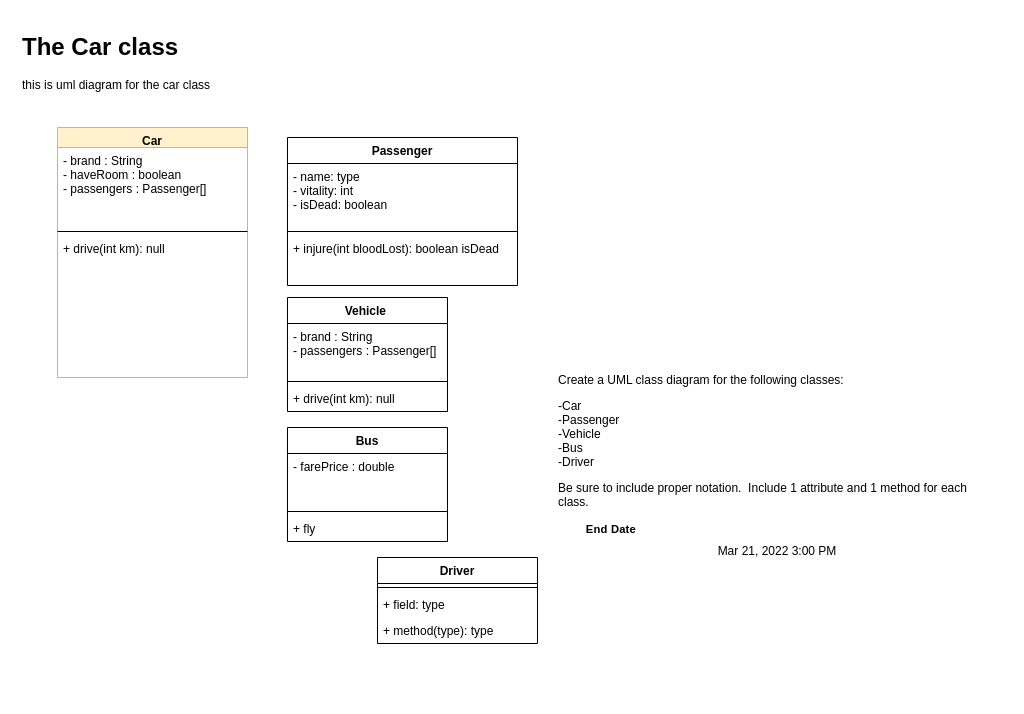
Earlier version of the draw.io diagram Untitled Diagram.drawio (jzhou-k/Foo). Source tidied: cells renumbered, new cells numbered last; positions are measured from the earlier drawing's top-left corner, leaving out a move shared by most shapes. Both pictures are drawn from the tidied source at 100%, with x=0, y=0 at pixel (17, 27).
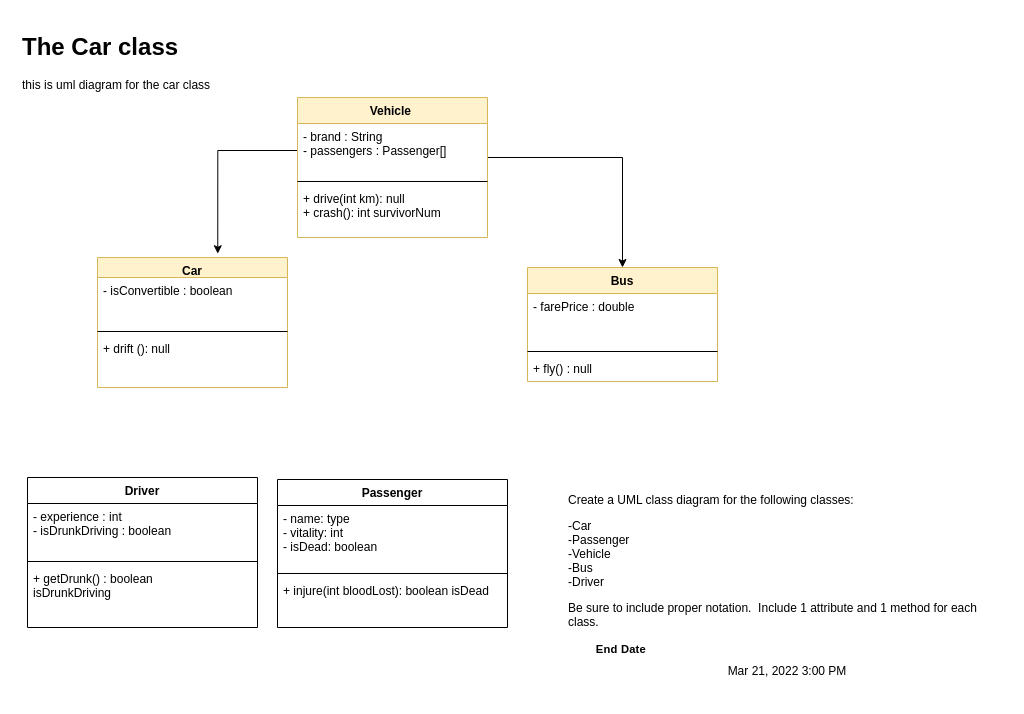
Above is the later version.

Change to the diagram source:
```diff
@@
     <mxCell id="3" value="Car" style="swimlane;fontStyle=1;align=center;verticalAlign=top;horizontal=1;startSize=20;fillColor=#fff2cc;strokeColor=#d6b656;" parent="1" vertex="1">
-      <mxGeometry x="40" y="100" width="190" height="250" as="geometry" />
+      <mxGeometry x="80" y="230" width="190" height="130" as="geometry" />
     </mxCell>
-    <mxCell id="4" value="- brand : String&#10;- haveRoom : boolean &#10;- passengers : Passenger[]" style="text;strokeColor=none;fillColor=none;align=left;verticalAlign=top;spacingLeft=4;spacingRight=4;overflow=hidden;" parent="3" vertex="1">
-      <mxGeometry y="20" width="190" height="80" as="geometry" />
+    <mxCell id="4" value="- isConvertible : boolean " style="text;strokeColor=none;fillColor=none;align=left;verticalAlign=top;spacingLeft=4;spacingRight=4;overflow=hidden;" parent="3" vertex="1">
+      <mxGeometry y="20" width="190" height="50" as="geometry" />
     </mxCell>
     <mxCell id="5" style="line;strokeWidth=1;fillColor=none;align=left;verticalAlign=middle;spacingTop=-1;spacingLeft=3;spacingRight=3;labelPosition=right;" parent="3" vertex="1">
-      <mxGeometry y="100" width="190" height="8" as="geometry" />
+      <mxGeometry y="70" width="190" height="8" as="geometry" />
     </mxCell>
-    <mxCell id="6" value="+ drive(int km): null" style="text;align=left;verticalAlign=top;spacingLeft=4;spacingRight=4;overflow=hidden;" parent="3" vertex="1">
-      <mxGeometry y="108" width="190" height="142" as="geometry" />
+    <mxCell id="6" value="+ drift (): null" style="text;align=left;verticalAlign=top;spacingLeft=4;spacingRight=4;overflow=hidden;strokeColor=none;" parent="3" vertex="1">
+      <mxGeometry y="78" width="190" height="52" as="geometry" />
     </mxCell>
     <mxCell id="7" value="Driver" style="swimlane;fontStyle=1;align=center;verticalAlign=top;horizontal=1;startSize=26;" parent="1" vertex="1">
-      <mxGeometry x="360" y="530" width="160" height="86" as="geometry" />
+      <mxGeometry x="10" y="450" width="230" height="150" as="geometry" />
     </mxCell>
+    <mxCell id="9" value="- experience : int&#10;- isDrunkDriving : boolean " style="text;strokeColor=none;fillColor=none;align=left;verticalAlign=top;spacingLeft=4;spacingRight=4;overflow=hidden;" parent="7" vertex="1">
+      <mxGeometry y="26" width="230" height="54" as="geometry" />
+    </mxCell>
     <mxCell id="8" style="line;strokeWidth=1;fillColor=none;align=left;verticalAlign=middle;spacingTop=-1;spacingLeft=3;spacingRight=3;labelPosition=right;" parent="7" vertex="1">
-      <mxGeometry y="26" width="160" height="8" as="geometry" />
+      <mxGeometry y="80" width="230" height="8" as="geometry" />
     </mxCell>
-    <mxCell id="9" value="+ field: type" style="text;strokeColor=none;fillColor=none;align=left;verticalAlign=top;spacingLeft=4;spacingRight=4;overflow=hidden;" parent="7" vertex="1">
-      <mxGeometry y="34" width="160" height="26" as="geometry" />
-    </mxCell>
-    <mxCell id="10" value="+ method(type): type" style="text;strokeColor=none;fillColor=none;align=left;verticalAlign=top;spacingLeft=4;spacingRight=4;overflow=hidden;" parent="7" vertex="1">
-      <mxGeometry y="60" width="160" height="26" as="geometry" />
+    <mxCell id="10" value="+ getDrunk() : boolean &#10;isDrunkDriving&#10;  " style="text;strokeColor=none;fillColor=none;align=left;verticalAlign=top;spacingLeft=4;spacingRight=4;overflow=hidden;" parent="7" vertex="1">
+      <mxGeometry y="88" width="230" height="62" as="geometry" />
     </mxCell>
-    <mxCell id="11" value="Bus" style="swimlane;fontStyle=1;align=center;verticalAlign=top;horizontal=1;startSize=26;" parent="1" vertex="1">
-      <mxGeometry x="270" y="400" width="160" height="114" as="geometry" />
+    <mxCell id="11" value="Bus" style="swimlane;fontStyle=1;align=center;verticalAlign=top;horizontal=1;startSize=26;fillColor=#fff2cc;strokeColor=#d6b656;" parent="1" vertex="1">
+      <mxGeometry x="510" y="240" width="190" height="114" as="geometry" />
     </mxCell>
     <mxCell id="12" value="- farePrice : double " style="text;strokeColor=none;fillColor=none;align=left;verticalAlign=top;spacingLeft=4;spacingRight=4;overflow=hidden;" parent="11" vertex="1">
-      <mxGeometry y="26" width="160" height="54" as="geometry" />
+      <mxGeometry y="26" width="190" height="54" as="geometry" />
     </mxCell>
     <mxCell id="13" style="line;strokeWidth=1;fillColor=none;align=left;verticalAlign=middle;spacingTop=-1;spacingLeft=3;spacingRight=3;labelPosition=right;" parent="11" vertex="1">
-      <mxGeometry y="80" width="160" height="8" as="geometry" />
+      <mxGeometry y="80" width="190" height="8" as="geometry" />
     </mxCell>
-    <mxCell id="14" value="+ fly" style="text;strokeColor=none;fillColor=none;align=left;verticalAlign=top;spacingLeft=4;spacingRight=4;overflow=hidden;" parent="11" vertex="1">
-      <mxGeometry y="88" width="160" height="26" as="geometry" />
+    <mxCell id="14" value="+ fly() : null" style="text;strokeColor=none;fillColor=none;align=left;verticalAlign=top;spacingLeft=4;spacingRight=4;overflow=hidden;" parent="11" vertex="1">
+      <mxGeometry y="88" width="190" height="26" as="geometry" />
     </mxCell>
+    <mxCell id="24" style="edgeStyle=orthogonalEdgeStyle;rounded=0;jettySize=auto;html=1;entryX=0.633;entryY=-0.029;entryDx=0;entryDy=0;entryPerimeter=0;" parent="1" edge="1" source="16" target="3">
+      <mxGeometry relative="1" as="geometry" />
+    </mxCell>
+    <mxCell id="25" style="edgeStyle=orthogonalEdgeStyle;rounded=0;jettySize=auto;html=1;" parent="1" edge="1" source="15" target="11">
+      <mxGeometry relative="1" as="geometry">
+        <Array as="points">
+          <mxPoint x="605" y="130" />
+        </Array>
+      </mxGeometry>
+    </mxCell>
-    <mxCell id="15" value="Vehicle " style="swimlane;fontStyle=1;align=center;verticalAlign=top;horizontal=1;startSize=26;" parent="1" vertex="1">
-      <mxGeometry x="270" y="270" width="160" height="114" as="geometry" />
+    <mxCell id="15" value="Vehicle " style="swimlane;fontStyle=1;align=center;verticalAlign=top;horizontal=1;startSize=26;fillColor=#fff2cc;strokeColor=#d6b656;" parent="1" vertex="1">
+      <mxGeometry x="280" y="70" width="190" height="140" as="geometry" />
     </mxCell>
     <mxCell id="16" value="- brand : String&#10;- passengers : Passenger[]" style="text;strokeColor=none;fillColor=none;align=left;verticalAlign=top;spacingLeft=4;spacingRight=4;overflow=hidden;points=[[0,0.5],[1,0.5]];portConstraint=eastwest;" parent="15" vertex="1">
-      <mxGeometry y="26" width="160" height="54" as="geometry" />
+      <mxGeometry y="26" width="190" height="54" as="geometry" />
     </mxCell>
     <mxCell id="17" style="line;strokeWidth=1;fillColor=none;align=left;verticalAlign=middle;spacingTop=-1;spacingLeft=3;spacingRight=3;labelPosition=right;" parent="15" vertex="1">
-      <mxGeometry y="80" width="160" height="8" as="geometry" />
+      <mxGeometry y="80" width="190" height="8" as="geometry" />
     </mxCell>
-    <mxCell id="18" value="+ drive(int km): null" style="text;strokeColor=none;fillColor=none;align=left;verticalAlign=top;spacingLeft=4;spacingRight=4;overflow=hidden;" parent="15" vertex="1">
-      <mxGeometry y="88" width="160" height="26" as="geometry" />
+    <mxCell id="18" value="+ drive(int km): null&#10;+ crash(): int survivorNum" style="text;strokeColor=none;fillColor=none;align=left;verticalAlign=top;spacingLeft=4;spacingRight=4;overflow=hidden;" parent="15" vertex="1">
+      <mxGeometry y="88" width="190" height="52" as="geometry" />
     </mxCell>
     <mxCell id="19" value="Passenger" style="swimlane;fontStyle=1;align=center;verticalAlign=top;horizontal=1;startSize=26;" parent="1" vertex="1">
-      <mxGeometry x="270" y="110" width="230" height="148" as="geometry" />
+      <mxGeometry x="260" y="452" width="230" height="148" as="geometry" />
     </mxCell>
@@
     <mxCell id="23" value="&lt;div class=&quot;drt d2l-htmlblock d2l-htmlblock-untrusted d2l-htmlblock-deferred&quot; style=&quot;overflow-wrap: break-word ; display: inline ; line-height: normal ; padding: 0px ; margin: 0px ; overflow: auto hidden ; text-align: left ; position: relative&quot;&gt;&lt;p style=&quot;margin: 0.5em 0px 1em&quot;&gt;Create a UML class diagram for the following classes:&lt;/p&gt;&lt;p style=&quot;margin: 0.5em 0px 1em&quot;&gt;-Car&lt;br&gt;-Passenger&lt;br&gt;-Vehicle&lt;br&gt;-Bus&lt;br&gt;-Driver&lt;/p&gt;&lt;p style=&quot;margin: 0.5em 0px 1em&quot;&gt;Be sure to include proper notation.&amp;nbsp; Include 1 attribute and 1 method for each class.&lt;/p&gt;&lt;/div&gt;&lt;label id=&quot;ctl_7&quot; class=&quot;d2l-label&quot; style=&quot;cursor: default ; display: block ; font-size: 0.7rem ; font-weight: 700 ; letter-spacing: 0.2px ; line-height: 1rem ; margin: 0px ; padding: 0px 0px 7px ; width: 105.797px&quot;&gt;&lt;span&gt;End Date&lt;/span&gt;&lt;/label&gt;&lt;label&gt;Mar 21, 2022 3:00 PM&lt;/label&gt;" style="text;html=1;strokeColor=none;fillColor=none;align=center;verticalAlign=middle;whiteSpace=wrap;rounded=0;" parent="1" vertex="1">
-      <mxGeometry x="540" y="320" width="440" height="230" as="geometry" />
+      <mxGeometry x="550" y="440" width="440" height="230" as="geometry" />
     </mxCell>
```
